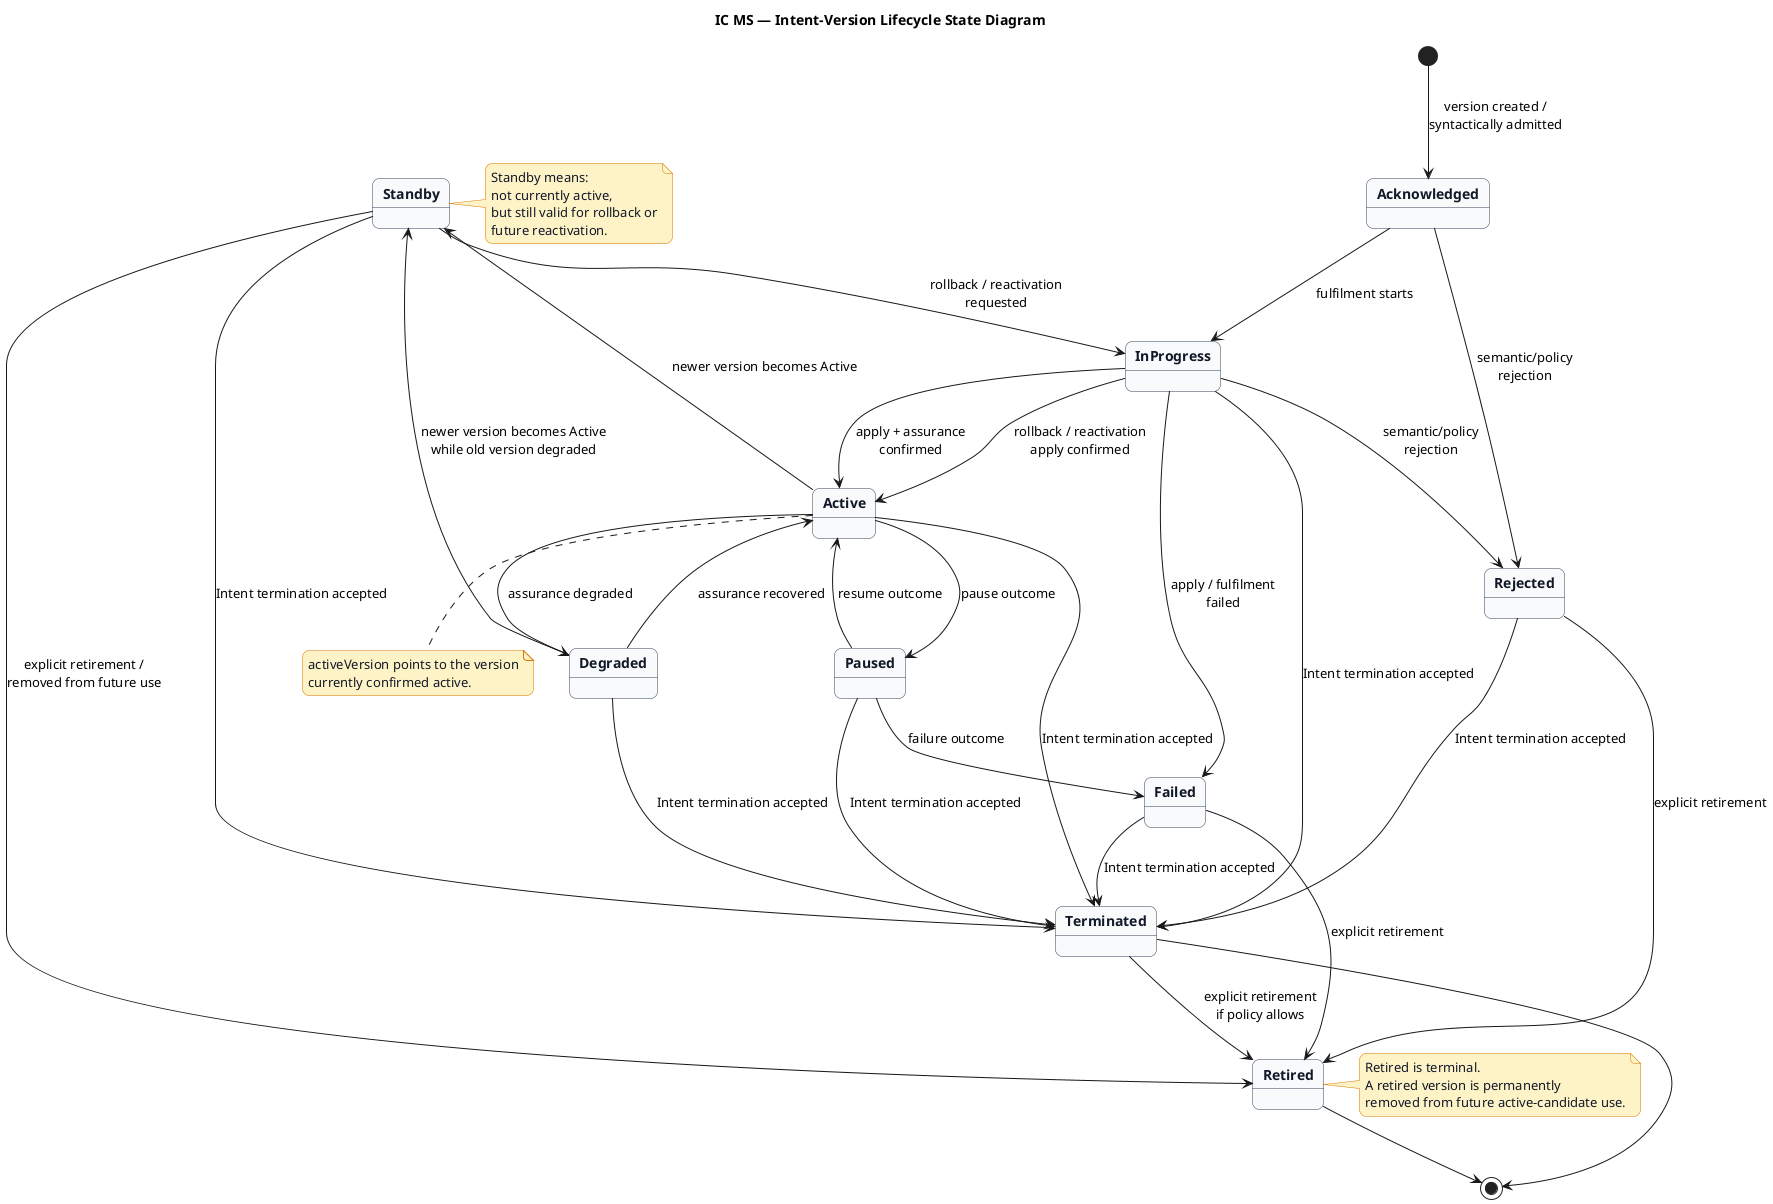
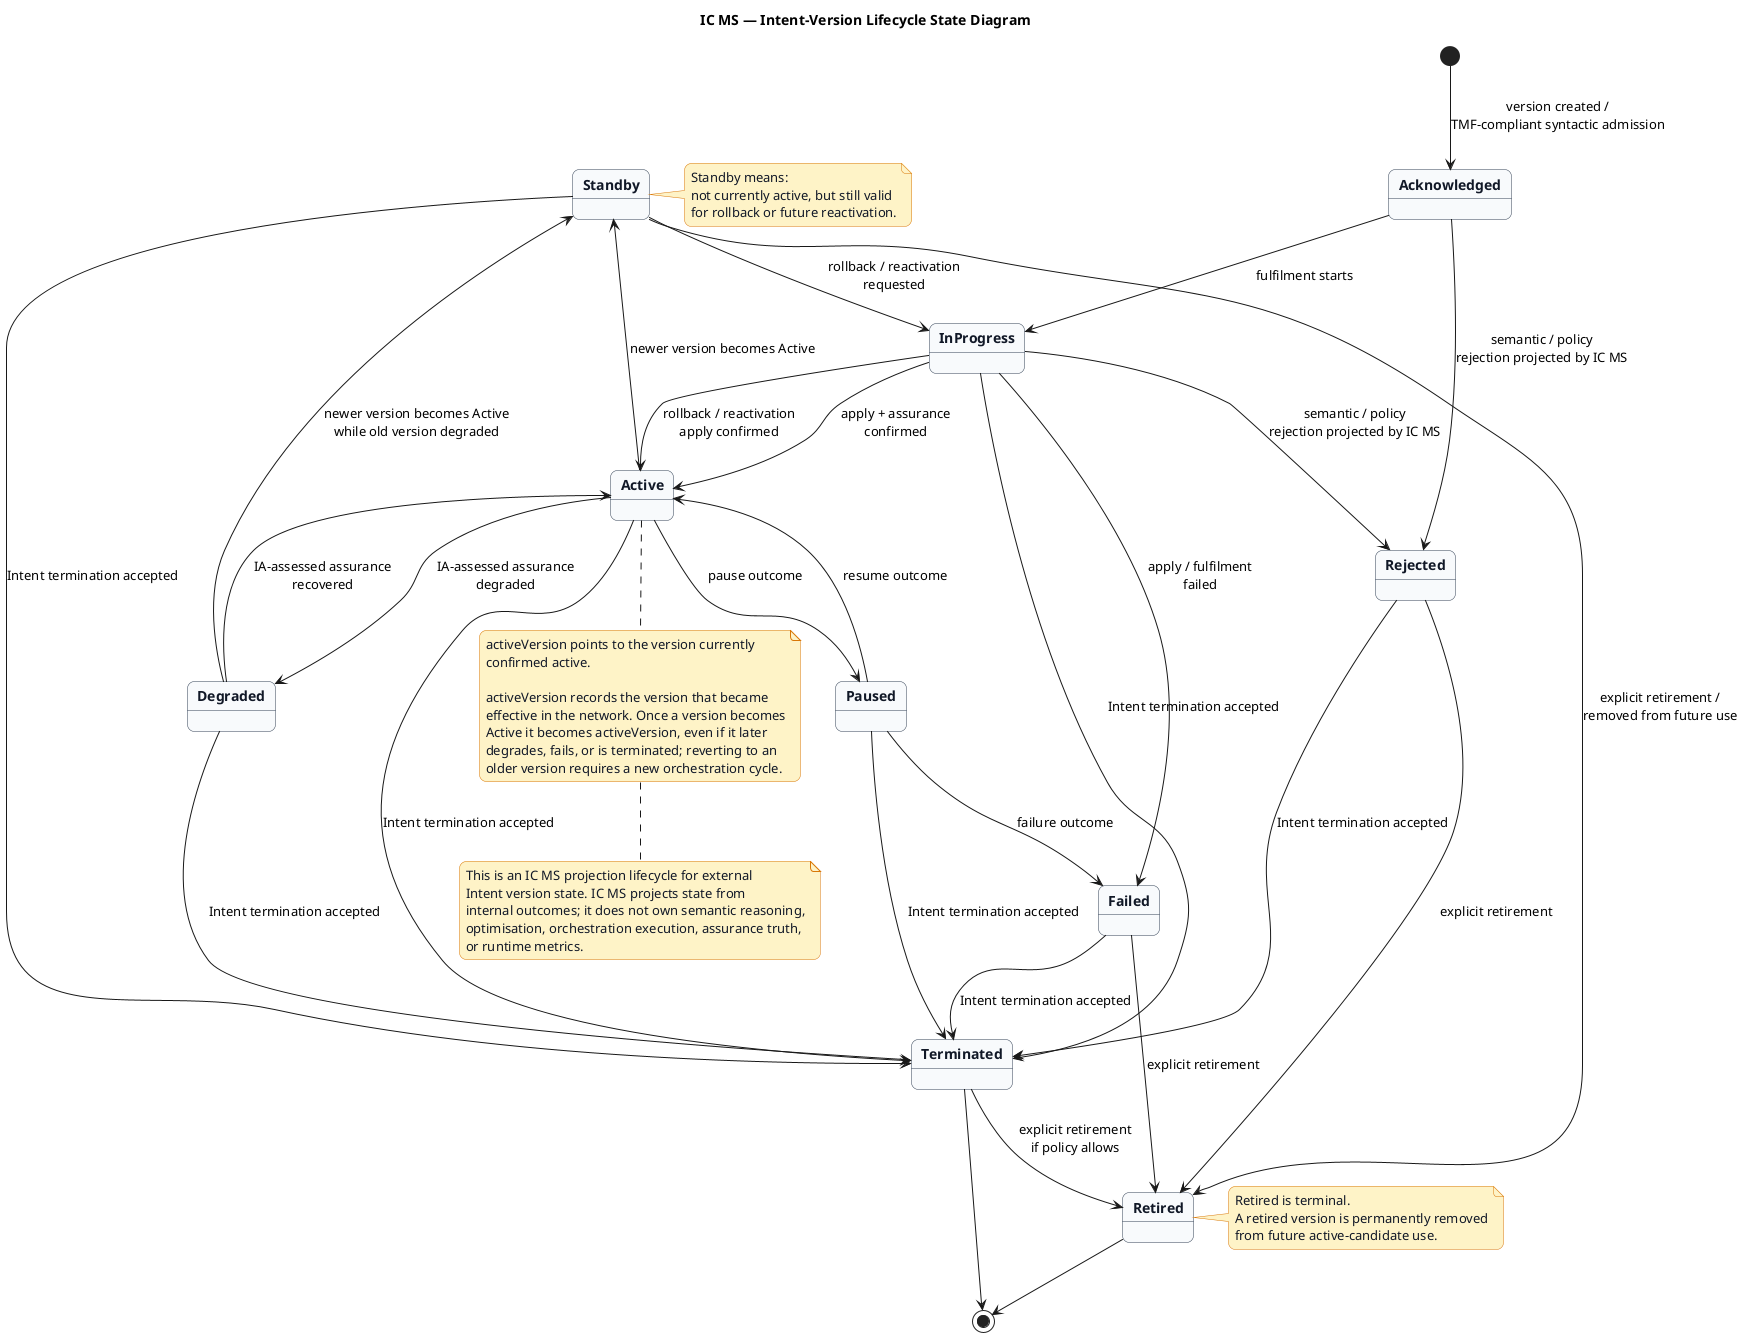
@startuml
title IC MS — Intent-Version Lifecycle State Diagram

skinparam backgroundColor #FFFFFF
skinparam shadowing false
skinparam roundcorner 14
+ 
skinparam state {
  BackgroundColor #F8FAFC
  BorderColor #334155
  FontColor #111827
  FontStyle bold
}
+ 
skinparam note {
  BackgroundColor #FEF3C7
  BorderColor #D97706
  FontColor #111827
}

- [*] --> Acknowledged : version created /\nsyntactically admitted
+ [*] --> Acknowledged : version created /\nTMF-compliant syntactic admission

- Acknowledged --> Rejected : semantic/policy\nrejection
+ Acknowledged --> Rejected : semantic / policy\nrejection projected by IC MS
Acknowledged --> InProgress : fulfilment starts

InProgress --> Active : apply + assurance\nconfirmed
InProgress --> Failed : apply / fulfilment\nfailed
- InProgress --> Rejected : semantic/policy\nrejection
+ InProgress --> Rejected : semantic / policy\nrejection projected by IC MS

- Active --> Degraded : assurance degraded
- Degraded --> Active : assurance recovered
+ Active --> Degraded : IA-assessed assurance\ndegraded
+ Degraded --> Active : IA-assessed assurance\nrecovered

Active --> Standby : newer version becomes Active
Degraded --> Standby : newer version becomes Active\nwhile old version degraded

Standby --> InProgress : rollback / reactivation\nrequested
InProgress --> Active : rollback / reactivation\napply confirmed

- Standby --> Retired : explicit retirement /\nremoved from future use
- Failed --> Retired : explicit retirement
- Rejected --> Retired : explicit retirement
- Terminated --> Retired : explicit retirement\nif policy allows
+ Active --> Paused : pause outcome
+ Paused --> Active : resume outcome
+ Paused --> Failed : failure outcome

Active --> Terminated : Intent termination accepted
Degraded --> Terminated : Intent termination accepted
Standby --> Terminated : Intent termination accepted
InProgress --> Terminated : Intent termination accepted
Paused --> Terminated : Intent termination accepted
Failed --> Terminated : Intent termination accepted
Rejected --> Terminated : Intent termination accepted

- Active --> Paused : pause outcome
- Paused --> Active : resume outcome
- Paused --> Failed : failure outcome
+ Standby --> Retired : explicit retirement /\nremoved from future use
+ Failed --> Retired : explicit retirement
+ Rejected --> Retired : explicit retirement
+ Terminated --> Retired : explicit retirement\nif policy allows

Retired --> [*]
Terminated --> [*]

note right of Standby
-   Standby means:
-   not currently active,
-   but still valid for rollback or
-   future reactivation.
+ Standby means:
+ not currently active, but still valid
+ for rollback or future reactivation.
end note

note right of Retired
-   Retired is terminal.
-   A retired version is permanently
-   removed from future active-candidate use.
+ Retired is terminal.
+ A retired version is permanently removed
+ from future active-candidate use.
end note

note bottom of Active
-   activeVersion points to the version
-   currently confirmed active.
+ activeVersion points to the version currently
+ confirmed active.
+ 
+ activeVersion records the version that became
+ effective in the network. Once a version becomes
+ Active it becomes activeVersion, even if it later
+ degrades, fails, or is terminated; reverting to an
+ older version requires a new orchestration cycle.
+ end note
+ 
+ note bottom
+ This is an IC MS projection lifecycle for external
+ Intent version state. IC MS projects state from
+ internal outcomes; it does not own semantic reasoning,
+ optimisation, orchestration execution, assurance truth,
+ or runtime metrics.
end note

@enduml
